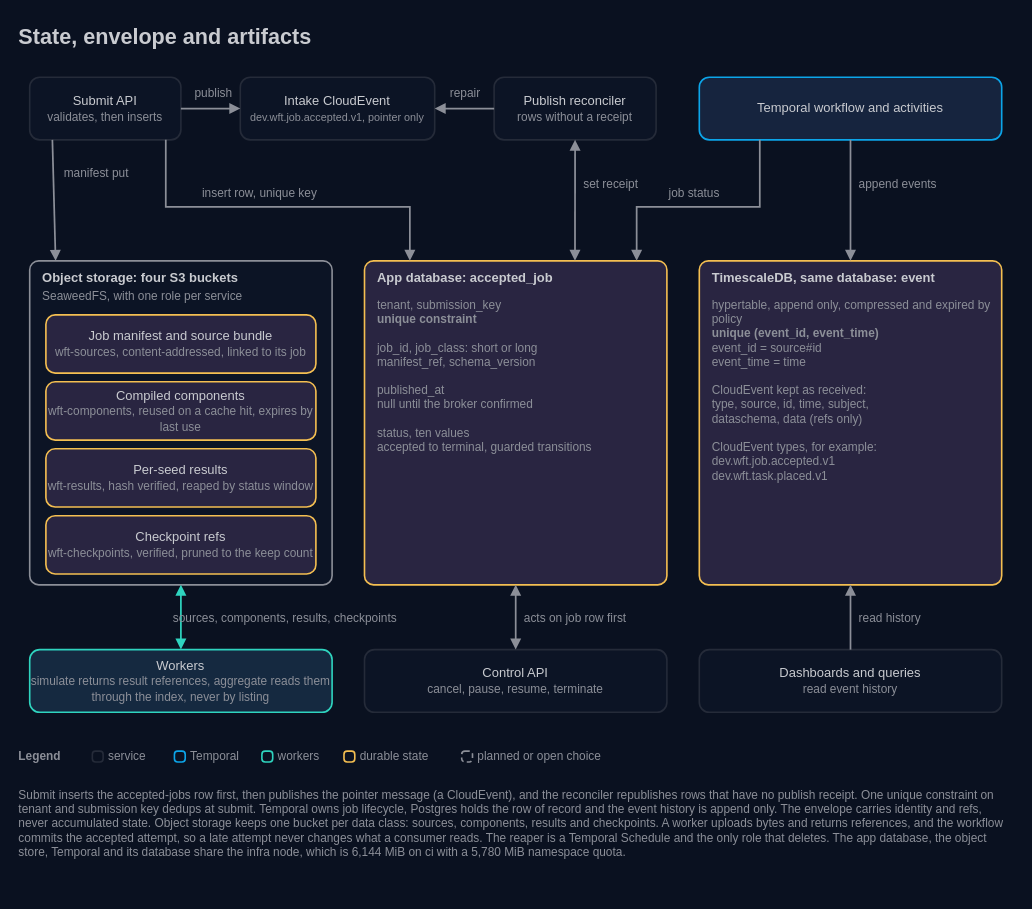
This is docs/architecture/13-state-envelope-artifacts.drawio from AndoNorth/disyard, a draw.io file, before an edit. Source tidied: cells renumbered, new cells numbered last; positions are measured from the earlier drawing's top-left corner, leaving out a move shared by most shapes. Both pictures are drawn from the tidied source at 108%, with x=0, y=0 at pixel (18, 18).
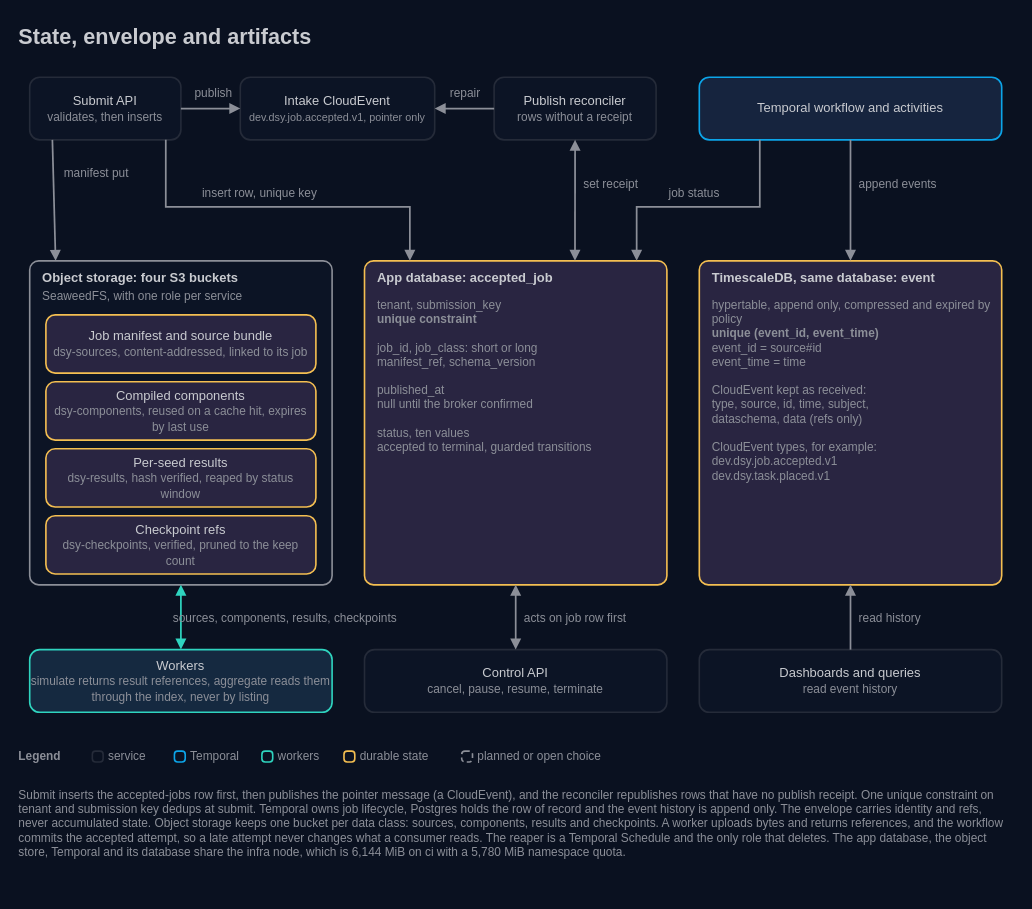
Above is the later version.

What changed in the source:
```diff
@@
-    <mxCell id="4" value="Intake CloudEvent&lt;br&gt;&lt;font color=&quot;#8c8f98&quot; style=&quot;font-size:10px&quot;&gt;dev.wft.job.accepted.v1, pointer only&lt;/font&gt;" style="rounded=1;arcSize=16;html=1;whiteSpace=wrap;fillColor=#0c1425;strokeColor=#252b39;strokeWidth=1.5;fontColor=#c9cbd0;fontSize=12;fontFamily=IBM Plex Sans;align=center;verticalAlign=middle;" parent="1" vertex="1">
+    <mxCell id="4" value="Intake CloudEvent&lt;br&gt;&lt;font color=&quot;#8c8f98&quot; style=&quot;font-size:10px&quot;&gt;dev.dsy.job.accepted.v1, pointer only&lt;/font&gt;" style="rounded=1;arcSize=16;html=1;whiteSpace=wrap;fillColor=#0c1425;strokeColor=#252b39;strokeWidth=1.5;fontColor=#c9cbd0;fontSize=12;fontFamily=IBM Plex Sans;align=center;verticalAlign=middle;" parent="1" vertex="1">
       <mxGeometry x="205" y="54" width="180" height="58" as="geometry" />
     </mxCell>
@@
-    <mxCell id="12" value="hypertable, append only, compressed and expired by policy&lt;br&gt;&lt;b&gt;unique (event_id, event_time)&lt;/b&gt;&lt;br&gt;event_id = source#id&lt;br&gt;event_time = time&lt;br&gt;&lt;br&gt;CloudEvent kept as received:&lt;br&gt;type, source, id, time, subject,&lt;br&gt;dataschema, data (refs only)&lt;br&gt;&lt;br&gt;CloudEvent types, for example:&lt;br&gt;dev.wft.job.accepted.v1&lt;br&gt;dev.wft.task.placed.v1" style="text;html=1;strokeColor=none;fillColor=none;align=left;verticalAlign=top;whiteSpace=wrap;fontColor=#8c8f98;fontSize=11;fontFamily=IBM Plex Mono;spacing=0;" parent="1" vertex="1">
+    <mxCell id="12" value="hypertable, append only, compressed and expired by policy&lt;br&gt;&lt;b&gt;unique (event_id, event_time)&lt;/b&gt;&lt;br&gt;event_id = source#id&lt;br&gt;event_time = time&lt;br&gt;&lt;br&gt;CloudEvent kept as received:&lt;br&gt;type, source, id, time, subject,&lt;br&gt;dataschema, data (refs only)&lt;br&gt;&lt;br&gt;CloudEvent types, for example:&lt;br&gt;dev.dsy.job.accepted.v1&lt;br&gt;dev.dsy.task.placed.v1" style="text;html=1;strokeColor=none;fillColor=none;align=left;verticalAlign=top;whiteSpace=wrap;fontColor=#8c8f98;fontSize=11;fontFamily=IBM Plex Mono;spacing=0;" parent="1" vertex="1">
       <mxGeometry x="642" y="254" width="256" height="260" as="geometry" />
     </mxCell>
@@
-    <mxCell id="16" value="Job manifest and source bundle&lt;br&gt;&lt;font color=&quot;#8c8f98&quot; style=&quot;font-size:11px&quot;&gt;wft-sources, content-addressed, linked to its job&lt;/font&gt;" style="rounded=1;arcSize=16;html=1;whiteSpace=wrap;fillColor=#292541;strokeColor=#f4bf51;strokeWidth=1.5;fontColor=#c9cbd0;fontSize=12;fontFamily=IBM Plex Sans;align=center;verticalAlign=middle;" parent="1" vertex="1">
+    <mxCell id="16" value="Job manifest and source bundle&lt;br&gt;&lt;font color=&quot;#8c8f98&quot; style=&quot;font-size:11px&quot;&gt;dsy-sources, content-addressed, linked to its job&lt;/font&gt;" style="rounded=1;arcSize=16;html=1;whiteSpace=wrap;fillColor=#292541;strokeColor=#f4bf51;strokeWidth=1.5;fontColor=#c9cbd0;fontSize=12;fontFamily=IBM Plex Sans;align=center;verticalAlign=middle;" parent="1" vertex="1">
       <mxGeometry x="25" y="274" width="250" height="54" as="geometry" />
     </mxCell>
-    <mxCell id="17" value="Compiled components&lt;br&gt;&lt;font color=&quot;#8c8f98&quot; style=&quot;font-size:11px&quot;&gt;wft-components, reused on a cache hit, expires by last use&lt;/font&gt;" style="rounded=1;arcSize=16;html=1;whiteSpace=wrap;fillColor=#292541;strokeColor=#f4bf51;strokeWidth=1.5;fontColor=#c9cbd0;fontSize=12;fontFamily=IBM Plex Sans;align=center;verticalAlign=middle;" parent="1" vertex="1">
+    <mxCell id="17" value="Compiled components&lt;br&gt;&lt;font color=&quot;#8c8f98&quot; style=&quot;font-size:11px&quot;&gt;dsy-components, reused on a cache hit, expires by last use&lt;/font&gt;" style="rounded=1;arcSize=16;html=1;whiteSpace=wrap;fillColor=#292541;strokeColor=#f4bf51;strokeWidth=1.5;fontColor=#c9cbd0;fontSize=12;fontFamily=IBM Plex Sans;align=center;verticalAlign=middle;" parent="1" vertex="1">
       <mxGeometry x="25" y="336" width="250" height="54" as="geometry" />
     </mxCell>
-    <mxCell id="18" value="Per-seed results&lt;br&gt;&lt;font color=&quot;#8c8f98&quot; style=&quot;font-size:11px&quot;&gt;wft-results, hash verified, reaped by status window&lt;/font&gt;" style="rounded=1;arcSize=16;html=1;whiteSpace=wrap;fillColor=#292541;strokeColor=#f4bf51;strokeWidth=1.5;fontColor=#c9cbd0;fontSize=12;fontFamily=IBM Plex Sans;align=center;verticalAlign=middle;" parent="1" vertex="1">
+    <mxCell id="18" value="Per-seed results&lt;br&gt;&lt;font color=&quot;#8c8f98&quot; style=&quot;font-size:11px&quot;&gt;dsy-results, hash verified, reaped by status window&lt;/font&gt;" style="rounded=1;arcSize=16;html=1;whiteSpace=wrap;fillColor=#292541;strokeColor=#f4bf51;strokeWidth=1.5;fontColor=#c9cbd0;fontSize=12;fontFamily=IBM Plex Sans;align=center;verticalAlign=middle;" parent="1" vertex="1">
       <mxGeometry x="25" y="398" width="250" height="54" as="geometry" />
     </mxCell>
-    <mxCell id="19" value="Checkpoint refs&lt;br&gt;&lt;font color=&quot;#8c8f98&quot; style=&quot;font-size:11px&quot;&gt;wft-checkpoints, verified, pruned to the keep count&lt;/font&gt;" style="rounded=1;arcSize=16;html=1;whiteSpace=wrap;fillColor=#292541;strokeColor=#f4bf51;strokeWidth=1.5;fontColor=#c9cbd0;fontSize=12;fontFamily=IBM Plex Sans;align=center;verticalAlign=middle;" parent="1" vertex="1">
+    <mxCell id="19" value="Checkpoint refs&lt;br&gt;&lt;font color=&quot;#8c8f98&quot; style=&quot;font-size:11px&quot;&gt;dsy-checkpoints, verified, pruned to the keep count&lt;/font&gt;" style="rounded=1;arcSize=16;html=1;whiteSpace=wrap;fillColor=#292541;strokeColor=#f4bf51;strokeWidth=1.5;fontColor=#c9cbd0;fontSize=12;fontFamily=IBM Plex Sans;align=center;verticalAlign=middle;" parent="1" vertex="1">
       <mxGeometry x="25" y="460" width="250" height="54" as="geometry" />
     </mxCell>
```
